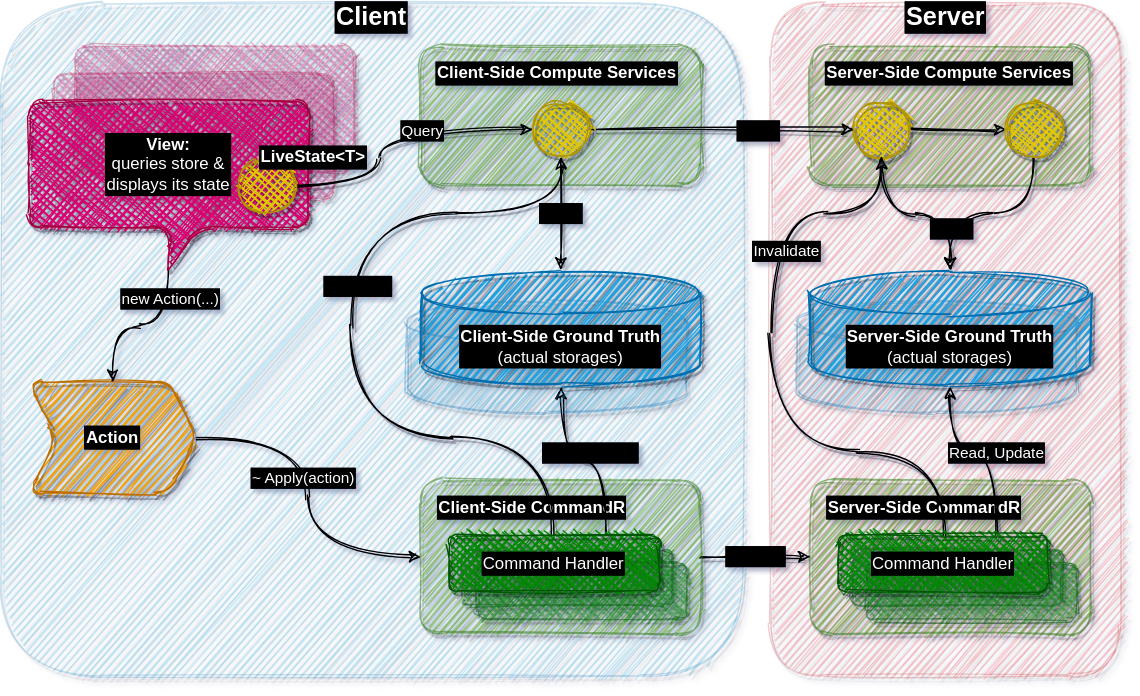
This is Slides/Fusion_v2/diagrams/vs/fusion2.dio.svg from alexyakunin/Stl.Fusion.Materials, a draw.io export, as it was before one commit. Source tidied: cells renumbered, new cells last; positions are measured from the earlier drawing's top-left corner, leaving out a move shared by most shapes.
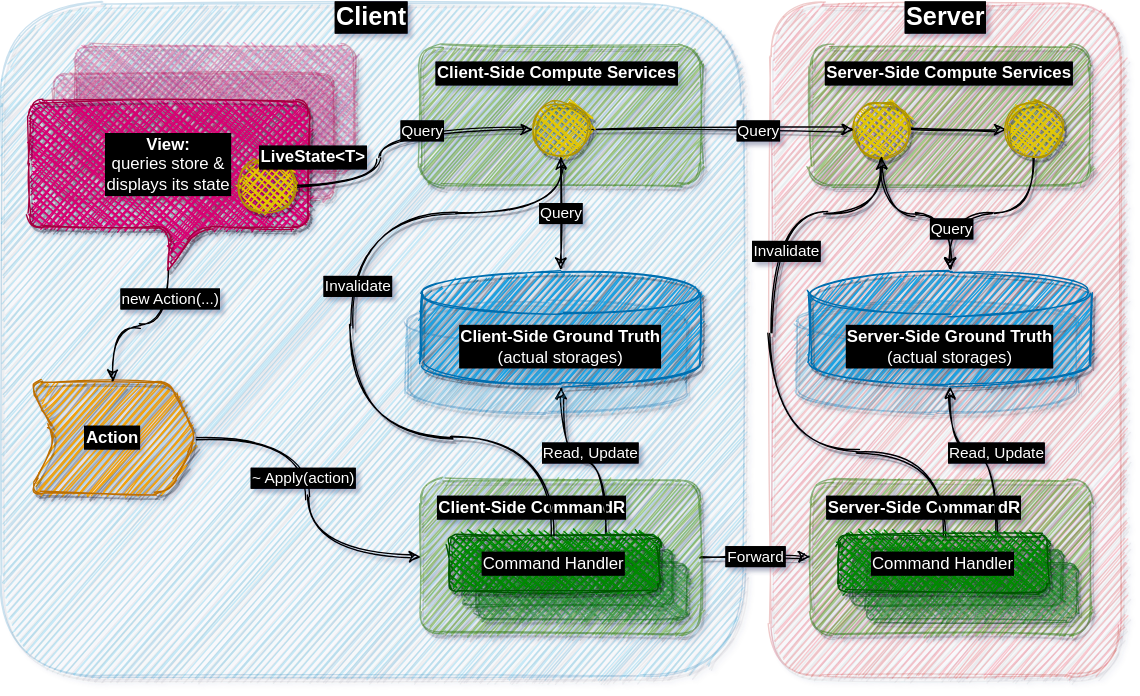
After the change.

Change to the diagram source:
```diff
@@ -101,19 +101,11 @@
     <mxCell id="27" style="edgeStyle=orthogonalEdgeStyle;curved=1;sketch=1;jettySize=auto;html=1;exitX=1;exitY=0.5;exitDx=0;exitDy=0;shadow=1;fontColor=#FFFFFF;labelBackgroundColor=#000000;labelBorderColor=#000000;entryX=0;entryY=0.5;entryDx=0;entryDy=0;" parent="1" edge="1" source="30" target="24">
       <mxGeometry x="0.36" relative="1" as="geometry" />
     </mxCell>
-    <mxCell id="28" value="Query" style="edgeLabel;html=1;align=center;verticalAlign=middle;labelBackgroundColor=#000000;labelBorderColor=#000000;" parent="27" vertex="1">
+    <mxCell id="28" value="Query" style="edgeLabel;html=1;align=center;verticalAlign=middle;labelBackgroundColor=#000000;labelBorderColor=#000000;fontColor=#FFFFFF;" parent="27" vertex="1">
       <mxGeometry x="0.15" y="-2" relative="1" as="geometry">
         <mxPoint x="11" y="-2" as="offset" />
       </mxGeometry>
     </mxCell>
-    <mxCell id="29" value="Query" style="edgeStyle=orthogonalEdgeStyle;curved=1;sketch=1;jettySize=auto;html=1;exitX=0.5;exitY=1;exitDx=0;exitDy=0;entryX=0.5;entryY=0;entryDx=0;entryDy=0;entryPerimeter=0;shadow=1;labelBackgroundColor=#000000;labelBorderColor=#000000;" parent="1" edge="1" source="30" target="50">
-      <mxGeometry relative="1" as="geometry">
-        <Array as="points">
-          <mxPoint x="400" y="160" />
-          <mxPoint x="400" y="160" />
-        </Array>
-      </mxGeometry>
-    </mxCell>
     <mxCell id="30" style="ellipse;whiteSpace=wrap;html=1;labelBackgroundColor=#000000;fontColor=#ffffff;align=left;fillColor=#e3c800;strokeColor=#B09500;shadow=1;sketch=1;fillStyle=cross-hatch;" parent="1" vertex="1">
       <mxGeometry x="380" y="70" width="40" height="40" as="geometry" />
     </mxCell>
@@ -157,7 +149,7 @@
     <mxCell id="38" value="&lt;b&gt;Server-Side Compute Services&lt;/b&gt;" style="text;html=1;strokeColor=none;fillColor=none;align=left;verticalAlign=middle;whiteSpace=wrap;rounded=0;labelBackgroundColor=#000000;fontColor=#FFFFFF;labelBorderColor=#000000;" parent="1" vertex="1">
       <mxGeometry x="587" y="40" width="182" height="20" as="geometry" />
     </mxCell>
-    <mxCell id="39" value="Forward" style="edgeStyle=orthogonalEdgeStyle;sketch=1;jettySize=auto;html=1;exitX=1;exitY=0.5;exitDx=0;exitDy=0;entryX=0;entryY=0.5;entryDx=0;entryDy=0;shadow=1;curved=1;labelBackgroundColor=#000000;labelBorderColor=#000000;" parent="1" edge="1" source="40" target="8">
+    <mxCell id="39" value="Forward" style="edgeStyle=orthogonalEdgeStyle;sketch=1;jettySize=auto;html=1;exitX=1;exitY=0.5;exitDx=0;exitDy=0;entryX=0;entryY=0.5;entryDx=0;entryDy=0;shadow=1;curved=1;labelBackgroundColor=#000000;labelBorderColor=#000000;fontColor=#FFFFFF;" parent="1" edge="1" source="40" target="8">
       <mxGeometry relative="1" as="geometry">
         <Array as="points">
           <mxPoint x="560" y="395" />
@@ -177,29 +169,14 @@
     <mxCell id="43" style="rounded=1;whiteSpace=wrap;html=1;shadow=1;labelBackgroundColor=#000000;sketch=1;fontColor=#ffffff;align=center;fillColor=#008a00;strokeColor=#005700;fillStyle=cross-hatch;labelBorderColor=#000000;opacity=50;" parent="1" vertex="1">
       <mxGeometry x="340" y="400" width="150" height="40" as="geometry" />
     </mxCell>
-    <mxCell id="44" style="edgeStyle=orthogonalEdgeStyle;curved=1;sketch=1;jettySize=auto;html=1;exitX=0.75;exitY=0;exitDx=0;exitDy=0;entryX=0.5;entryY=1;entryDx=0;entryDy=0;entryPerimeter=0;shadow=1;labelBackgroundColor=#000000;" parent="1" edge="1" source="48" target="50">
+    <mxCell id="44" style="edgeStyle=orthogonalEdgeStyle;curved=1;sketch=1;jettySize=auto;html=1;exitX=0.75;exitY=0;exitDx=0;exitDy=0;entryX=0.5;entryY=1;entryDx=0;entryDy=0;entryPerimeter=0;shadow=1;labelBackgroundColor=#000000;fontColor=#FFFFFF;" parent="1" edge="1" source="48" target="50">
       <mxGeometry relative="1" as="geometry" />
     </mxCell>
-    <mxCell id="45" value="Read, Update" style="edgeLabel;html=1;align=center;verticalAlign=middle;labelBackgroundColor=#000000;labelBorderColor=#000000;" parent="44" vertex="1">
+    <mxCell id="45" value="Read, Update" style="edgeLabel;html=1;align=center;verticalAlign=middle;labelBackgroundColor=#000000;labelBorderColor=#000000;fontColor=#FFFFFF;" parent="44" vertex="1">
       <mxGeometry x="-0.36" y="9" relative="1" as="geometry">
         <mxPoint x="-3.5" y="-15" as="offset" />
       </mxGeometry>
     </mxCell>
-    <mxCell id="46" style="edgeStyle=orthogonalEdgeStyle;curved=1;sketch=1;jettySize=auto;html=1;exitX=0.5;exitY=0;exitDx=0;exitDy=0;shadow=1;labelBackgroundColor=#000000;entryX=0.5;entryY=1;entryDx=0;entryDy=0;" parent="1" edge="1" source="48" target="30">
-      <mxGeometry relative="1" as="geometry">
-        <Array as="points">
-          <mxPoint x="395" y="310" />
-          <mxPoint x="250" y="310" />
-          <mxPoint x="250" y="150" />
-          <mxPoint x="400" y="150" />
-        </Array>
-      </mxGeometry>
-    </mxCell>
-    <mxCell id="47" value="Invalidate" style="edgeLabel;html=1;align=center;verticalAlign=middle;labelBackgroundColor=#000000;labelBorderColor=#000000;" parent="46" vertex="1">
-      <mxGeometry x="0.15" y="-4" relative="1" as="geometry">
-        <mxPoint y="1" as="offset" />
-      </mxGeometry>
-    </mxCell>
     <mxCell id="48" value="Command Handler" style="rounded=1;whiteSpace=wrap;html=1;shadow=1;labelBackgroundColor=#000000;sketch=1;fontColor=#ffffff;align=center;fillColor=#008a00;strokeColor=#005700;fillStyle=cross-hatch;labelBorderColor=#000000;" parent="1" vertex="1">
       <mxGeometry x="320" y="380" width="150" height="40" as="geometry" />
     </mxCell>
@@ -209,10 +186,10 @@
     <mxCell id="50" value="&lt;b&gt;Client-Side Ground Truth&lt;/b&gt;&lt;br&gt;(actual storages)" style="shape=cylinder3;whiteSpace=wrap;html=1;boundedLbl=1;backgroundOutline=1;size=15;shadow=1;fillColor=#1ba1e2;strokeColor=#006EAF;strokeWidth=1;perimeterSpacing=2;labelBackgroundColor=#000000;labelBorderColor=#000000;sketch=1;rounded=1;fontColor=#FFFFFF;" parent="1" vertex="1">
       <mxGeometry x="300" y="192" width="200" height="80" as="geometry" />
     </mxCell>
-    <mxCell id="51" style="edgeStyle=orthogonalEdgeStyle;curved=1;sketch=1;jettySize=auto;html=1;exitX=0.5;exitY=1;exitDx=0;exitDy=0;shadow=1;fontColor=#FFFFFF;labelBackgroundColor=#000000;" parent="1" edge="1" source="24" target="7">
+    <mxCell id="51" style="edgeStyle=orthogonalEdgeStyle;curved=1;sketch=1;jettySize=auto;html=1;exitX=0.5;exitY=1;exitDx=0;exitDy=0;shadow=1;labelBackgroundColor=#000000;fontColor=#FFFFFF;" parent="1" edge="1" source="24" target="7">
       <mxGeometry relative="1" as="geometry" />
     </mxCell>
-    <mxCell id="52" value="Query" style="edgeLabel;html=1;align=center;verticalAlign=middle;labelBackgroundColor=#000000;labelBorderColor=#000000;" parent="51" vertex="1">
+    <mxCell id="52" value="Query" style="edgeLabel;html=1;align=center;verticalAlign=middle;labelBackgroundColor=#000000;labelBorderColor=#000000;fontColor=#FFFFFF;" parent="51" vertex="1">
       <mxGeometry x="0.18" y="1" relative="1" as="geometry">
         <mxPoint x="14" y="10" as="offset" />
       </mxGeometry>
@@ -223,5 +200,28 @@
     <mxCell id="54" value="&lt;b style=&quot;font-size: 18px&quot;&gt;Server&lt;/b&gt;" style="text;html=1;strokeColor=none;fillColor=none;align=center;verticalAlign=middle;whiteSpace=wrap;rounded=0;labelBackgroundColor=#000000;fontColor=#FFFFFF;labelBorderColor=#000000;fontSize=18;" parent="1" vertex="1">
       <mxGeometry x="550" width="250" height="20" as="geometry" />
     </mxCell>
+    <mxCell id="46" style="edgeStyle=orthogonalEdgeStyle;curved=1;sketch=1;jettySize=auto;html=1;exitX=0.5;exitY=0;exitDx=0;exitDy=0;shadow=1;labelBackgroundColor=#000000;entryX=0.5;entryY=1;entryDx=0;entryDy=0;fontColor=#FFFFFF;" parent="1" edge="1" source="48" target="30">
+      <mxGeometry relative="1" as="geometry">
+        <Array as="points">
+          <mxPoint x="395" y="310" />
+          <mxPoint x="250" y="310" />
+          <mxPoint x="250" y="150" />
+          <mxPoint x="400" y="150" />
+        </Array>
+      </mxGeometry>
+    </mxCell>
+    <mxCell id="47" value="Invalidate" style="edgeLabel;html=1;align=center;verticalAlign=middle;labelBackgroundColor=#000000;labelBorderColor=#000000;fontColor=#FFFFFF;" parent="46" vertex="1">
+      <mxGeometry x="0.15" y="-4" relative="1" as="geometry">
+        <mxPoint y="1" as="offset" />
+      </mxGeometry>
+    </mxCell>
+    <mxCell id="29" value="Query" style="edgeStyle=orthogonalEdgeStyle;curved=1;sketch=1;jettySize=auto;html=1;exitX=0.5;exitY=1;exitDx=0;exitDy=0;entryX=0.5;entryY=0;entryDx=0;entryDy=0;entryPerimeter=0;shadow=1;labelBackgroundColor=#000000;labelBorderColor=#000000;fontColor=#FFFFFF;" parent="1" edge="1" source="30" target="50">
+      <mxGeometry relative="1" as="geometry">
+        <Array as="points">
+          <mxPoint x="400" y="160" />
+          <mxPoint x="400" y="160" />
+        </Array>
+      </mxGeometry>
+    </mxCell>
   </root>
 </mxGraphModel>
```
